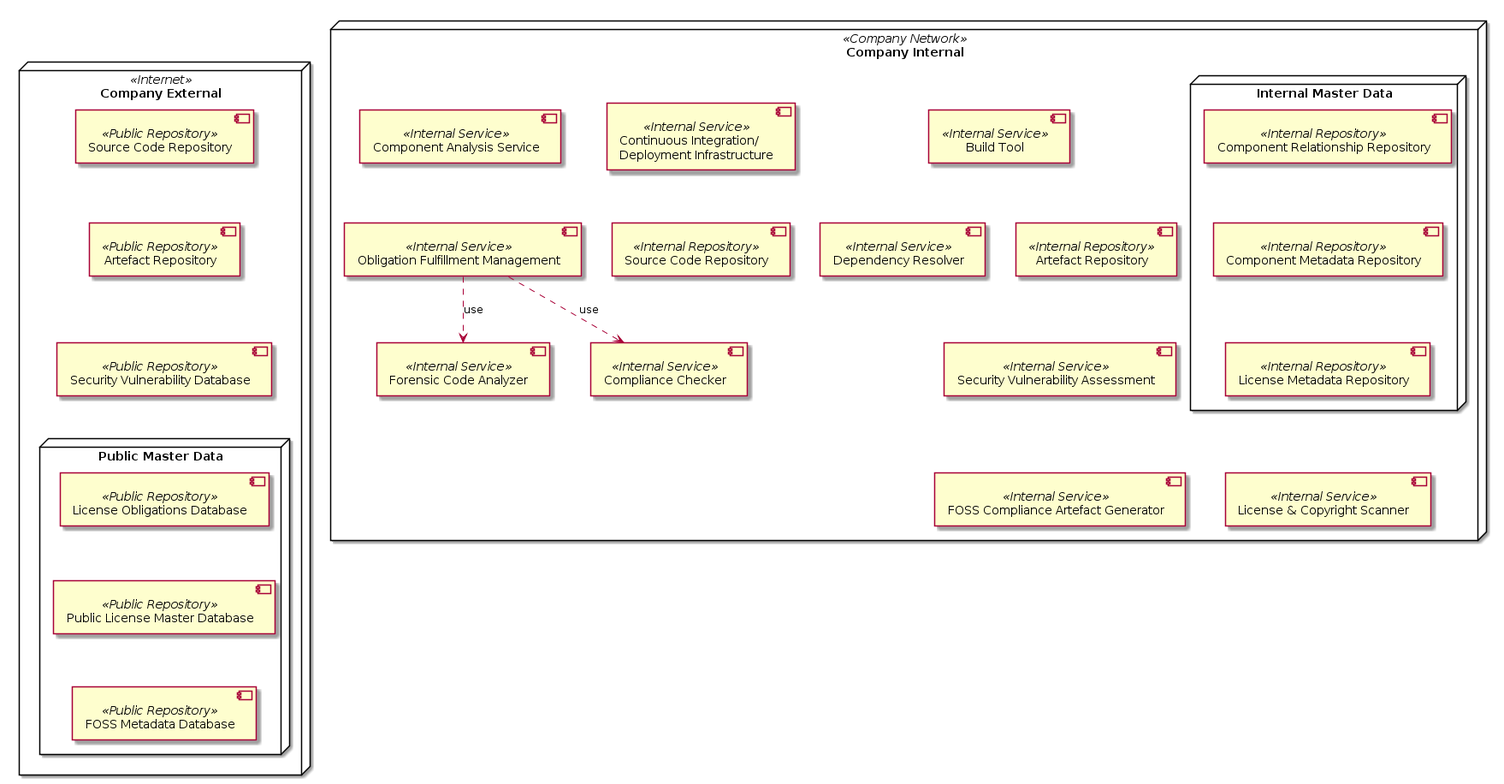
This is Tooling-Landscape/Unanimous-Understanding/OSS_Tooling_Landscape_UMLComp.png from Open-Source-Compliance/Sharing-creates-value, a PlantUML export, as it was before one commit.
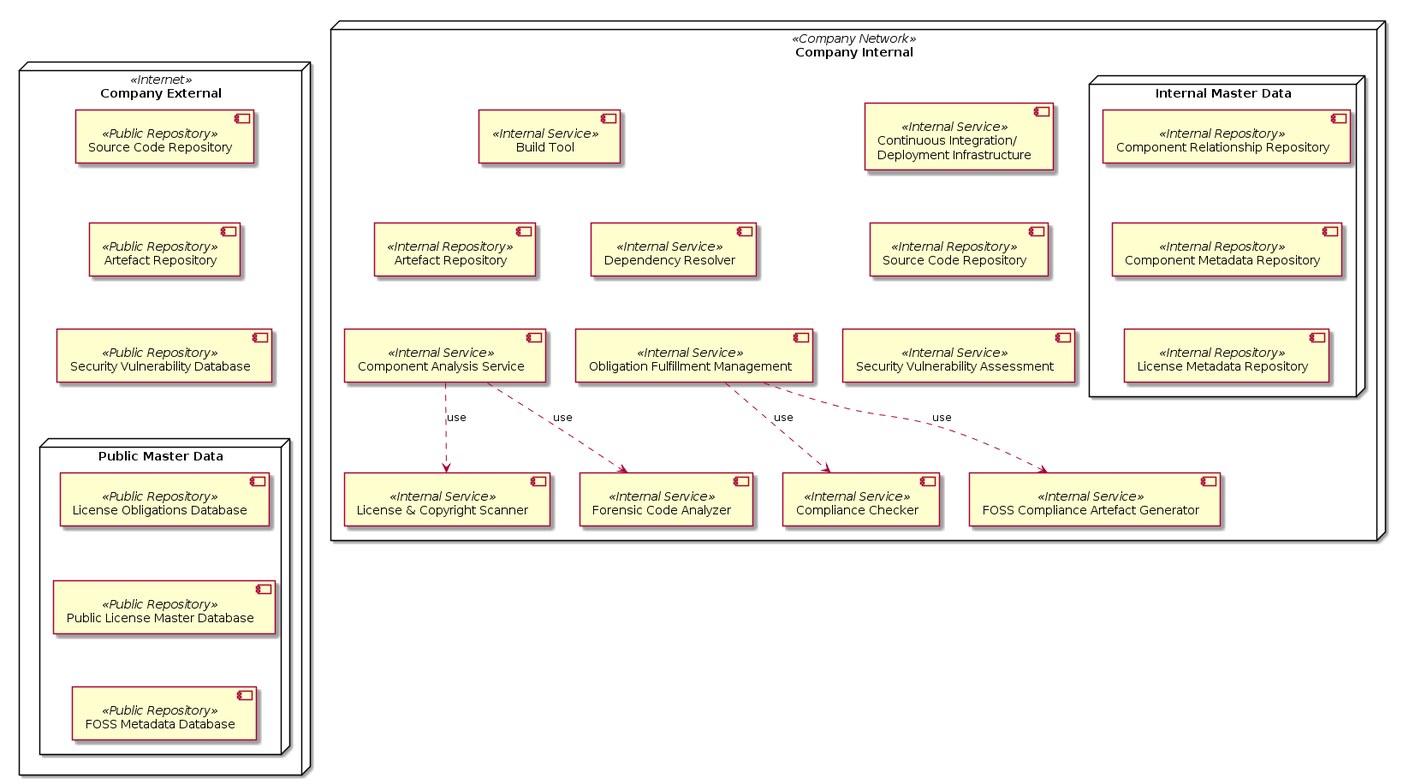
The same diagram one commit later.

Commit message:
Fix the relationships of component model

What changed in the source:
```diff
@@ -22,7 +22,6 @@
     }
 
 }
-
 
 
 node "Company Internal" <<Company Network>> {
@@ -51,9 +50,6 @@
 
     component [Obligation Fulfillment Management] as obligationfulfillmentmgmt <<Internal Service>>
 
-    obligationfulfillmentmgmt ..> forensiccodeanalyzer : use
-    obligationfulfillmentmgmt ..> compliancechecker : use
-
     node "Internal Master Data" {
 
         component [Component Relationship Repository] as componentrelationships <<Internal Repository>>
@@ -67,6 +63,13 @@
 }
 
 
+componentanalysis ..> licensescanner : use
+componentanalysis ..> forensiccodeanalyzer : use
+
+obligationfulfillmentmgmt ..> fossartefactgenerator : use
+obligationfulfillmentmgmt ..> compliancechecker : use
+
+
 publicsource -[hidden]-> publicartefacts
 publicartefacts -[hidden]-> publicvulnerabilities
 publicvulnerabilities -[hidden]-> publicobligations
@@ -77,10 +80,9 @@
 cicd -[hidden]-> internalsource
 buildsystem -[hidden]-> internalartefacts
 buildsystem -[hidden]-> dependencyresolver
-internalsource -[hidden]-> compliancechecker
-internalartefacts -[hidden]-> securityassessment
-securityassessment -[hidden]-> fossartefactgenerator
-licenses -[hidden]-> licensescanner
+dependencyresolver -[hidden]-> obligationfulfillmentmgmt
+internalartefacts -[hidden]-> componentanalysis
+internalsource -[hidden]-> securityassessment
 
 componentrelationships -[hidden]-> componentmetadata
 componentmetadata -[hidden]-> licenses
```
